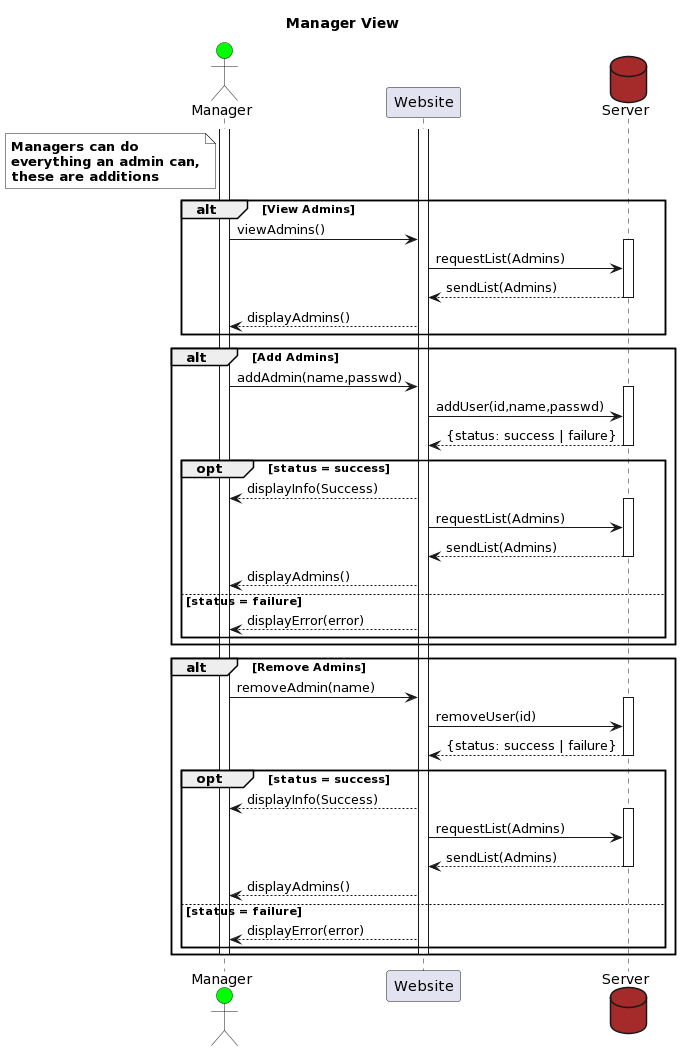
This is documentation/renders/sequenceDiagramManager.png from felixalbrigtsen/asura-tmdb, a PlantUML export, as it was before one commit.
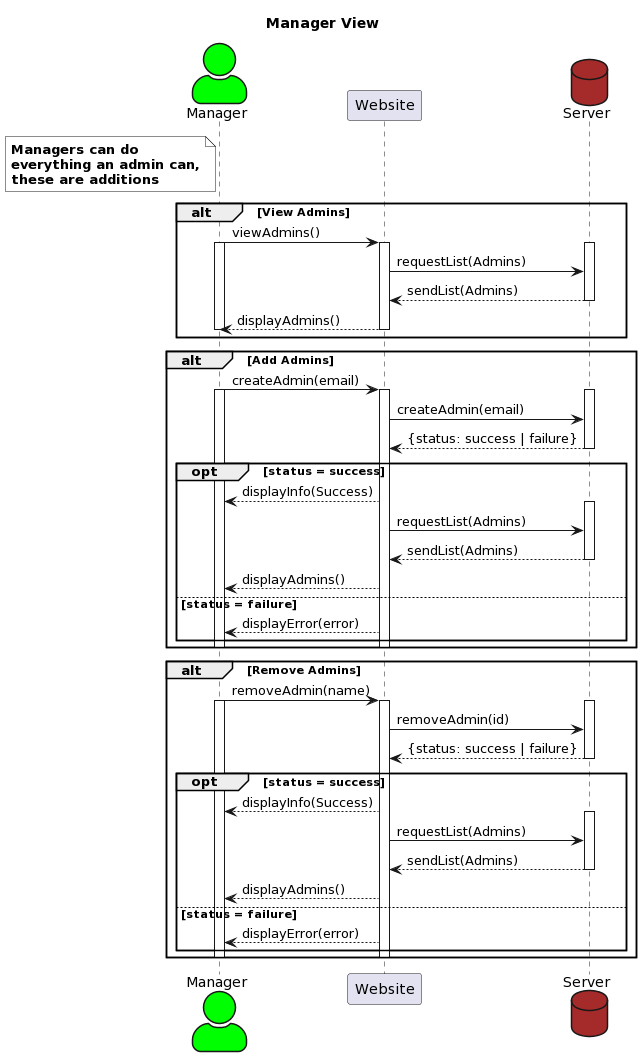
After the change.

What changed in the source:
```diff
@@ -1,5 +1,7 @@
 @startuml
 title Manager View
+skinparam actorStyle awesome
+
 Actor Manager #lime
 participant Website
 database Server #brown
@@ -11,20 +13,24 @@
 end note
 
 alt View Admins
+Manager->Website: viewAdmins()
 activate Manager
 activate Website
-    Manager->Website: viewAdmins()
 activate Server
     Website->Server: requestList(Admins)
     Website<--Server: sendList(Admins)
 deactivate Server
     Manager<--Website: displayAdmins()
+deactivate Manager
+deactivate Website
 end
 
 alt Add Admins
-    Manager->Website: addAdmin(name,passwd)
+    Manager->Website: createAdmin(email)
+    activate Manager
+    activate Website
 activate Server
-    Website->Server: addUser(id,name,passwd)
+    Website->Server: createAdmin(email)
     Website<--Server: {status: success | failure}
 deactivate Server
     opt status = success
@@ -38,12 +44,16 @@
     else status = failure
         Manager<--Website: displayError(error)
     end
+deactivate Manager
+deactivate Website
 end
 
 alt Remove Admins
     Manager->Website: removeAdmin(name)
+    activate Manager
+    activate Website
 activate Server
-    Website->Server: removeUser(id)
+    Website->Server: removeAdmin(id)
     Website<--Server: {status: success | failure}
 deactivate Server
     opt status = success
```
